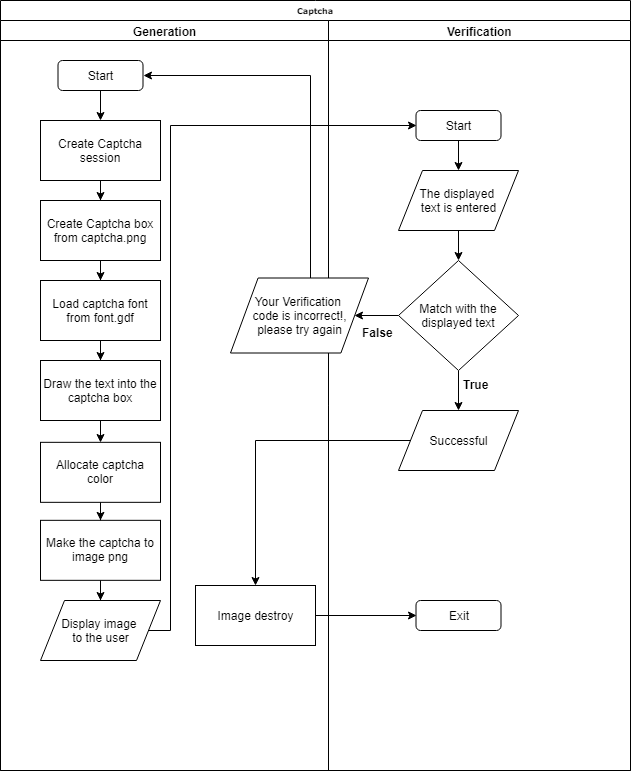
Earlier version of the draw.io export Documentation/Captcha_Flowchart.png (ZyphonGT/WebsiteLogin). Source tidied: cells renumbered, new cells last; positions are measured from the earlier drawing's top-left corner, leaving out a move shared by most shapes.
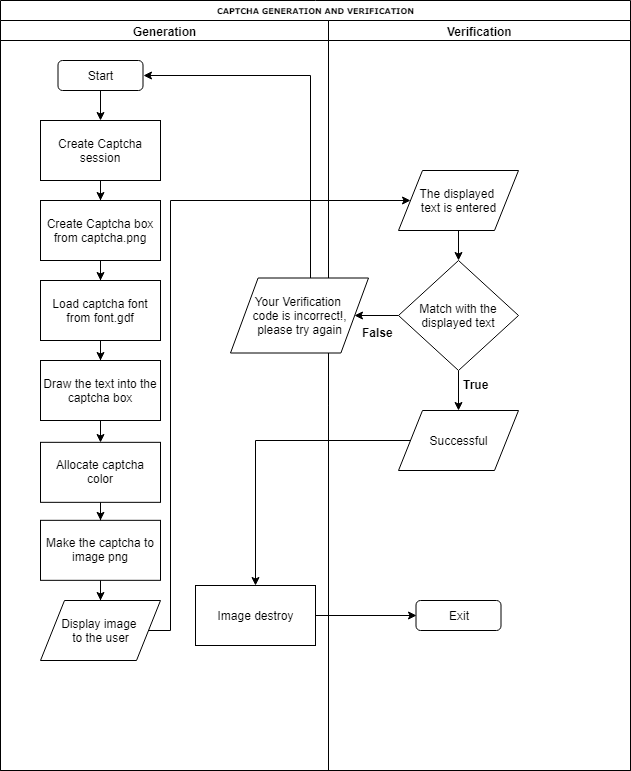
After the commit.

Change to the diagram source:
```diff
@@ -2,7 +2,7 @@
   <root>
     <mxCell id="0" />
     <mxCell id="1" parent="0" />
-    <mxCell id="2" value="Captcha" style="swimlane;html=1;startSize=20;rounded=0;shadow=0;labelBackgroundColor=none;strokeColor=#000000;strokeWidth=1;fillColor=#ffffff;fontFamily=Verdana;fontSize=8;fontColor=#000000;align=center;" parent="1" vertex="1">
+    <mxCell id="2" value="CAPTCHA GENERATION AND VERIFICATION" style="swimlane;html=1;startSize=20;rounded=0;shadow=0;labelBackgroundColor=none;strokeColor=#000000;strokeWidth=1;fillColor=#ffffff;fontFamily=Verdana;fontSize=8;fontColor=#000000;align=center;" parent="1" vertex="1">
       <mxGeometry width="630" height="770" as="geometry" />
     </mxCell>
     <mxCell id="3" value="Generation" style="swimlane;html=1;startSize=20;" parent="2" vertex="1">
@@ -59,12 +59,6 @@
     <mxCell id="20" value="Verification" style="swimlane;html=1;startSize=20;" parent="2" vertex="1">
       <mxGeometry x="328" y="20" width="302" height="750" as="geometry" />
     </mxCell>
-    <mxCell id="21" style="edgeStyle=orthogonalEdgeStyle;rounded=0;jettySize=auto;html=1;entryX=0.5;entryY=0;entryDx=0;entryDy=0;" parent="20" edge="1" source="22" target="24">
-      <mxGeometry relative="1" as="geometry" />
-    </mxCell>
-    <mxCell id="22" value="Start" style="rounded=1;whiteSpace=wrap;html=1;" parent="20" vertex="1">
-      <mxGeometry x="87.5" y="90" width="85" height="30" as="geometry" />
-    </mxCell>
     <mxCell id="23" style="edgeStyle=orthogonalEdgeStyle;rounded=0;jettySize=auto;html=1;entryX=0.5;entryY=0;entryDx=0;entryDy=0;" parent="20" edge="1" source="24" target="26">
       <mxGeometry relative="1" as="geometry" />
     </mxCell>
@@ -89,11 +83,11 @@
     <mxCell id="30" value="&lt;b&gt;True&lt;/b&gt;" style="text;html=1;align=left;verticalAlign=top;spacingTop=-4;" parent="20" vertex="1">
       <mxGeometry x="132.5" y="355" width="40" height="20" as="geometry" />
     </mxCell>
-    <mxCell id="31" style="edgeStyle=orthogonalEdgeStyle;rounded=0;jettySize=auto;html=1;entryX=0;entryY=0.5;entryDx=0;entryDy=0;" parent="2" edge="1" source="16" target="22">
+    <mxCell id="31" style="edgeStyle=orthogonalEdgeStyle;rounded=0;jettySize=auto;html=1;entryX=0;entryY=0.5;entryDx=0;entryDy=0;" parent="2" edge="1" source="16" target="24">
       <mxGeometry relative="1" as="geometry">
         <Array as="points">
           <mxPoint x="170" y="630" />
-          <mxPoint x="170" y="125" />
+          <mxPoint x="170" y="200" />
         </Array>
       </mxGeometry>
     </mxCell>
```
